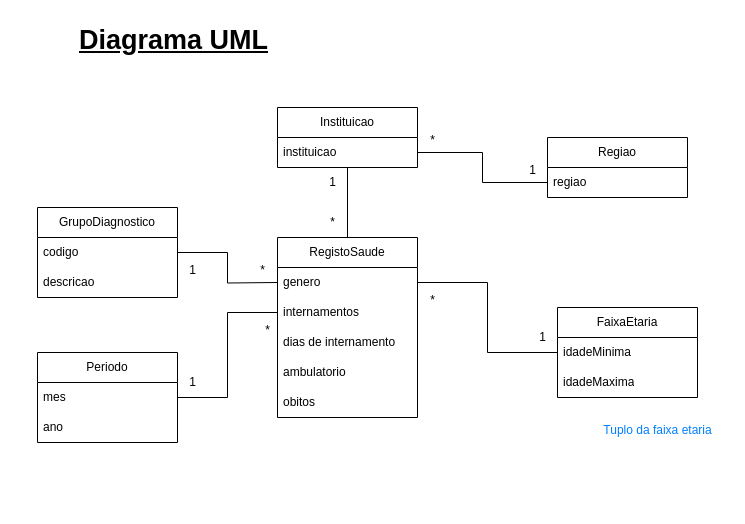
Denellyne/DBProject keeps this draw.io diagram as DiagramaUML.drawio. Above is the earlier version. Source tidied: cells renumbered, new cells numbered last; positions are measured from the earlier drawing's top-left corner, leaving out a move shared by most shapes. Both pictures are drawn from the tidied source at 100%, with x=0, y=0 at pixel (37, 17).
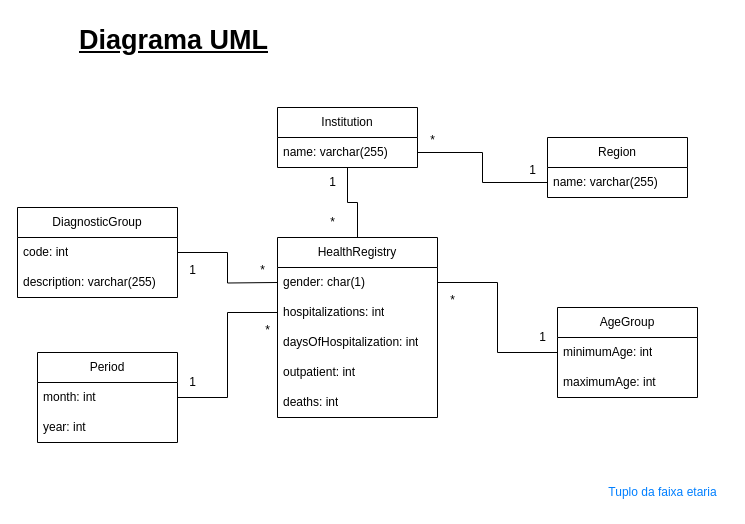
The same diagram, later.

What changed in the source:
```diff
@@
-    <mxCell id="3" value="Instituicao" style="swimlane;fontStyle=0;horizontal=1;startSize=30;whiteSpace=wrap;html=1;" parent="1" vertex="1">
+    <mxCell id="3" value="Institution" style="swimlane;fontStyle=0;horizontal=1;startSize=30;whiteSpace=wrap;html=1;" parent="1" vertex="1">
       <mxGeometry x="240" y="90" width="140" height="60" as="geometry" />
     </mxCell>
-    <mxCell id="4" value="instituicao" style="text;strokeColor=none;fillColor=none;align=left;verticalAlign=middle;spacingLeft=4;spacingRight=4;overflow=hidden;points=[[0,0.5],[1,0.5]];portConstraint=eastwest;whiteSpace=wrap;html=1;" parent="3" vertex="1">
+    <mxCell id="4" value="name: varchar(255)" style="text;strokeColor=none;fillColor=none;align=left;verticalAlign=middle;spacingLeft=4;spacingRight=4;overflow=hidden;points=[[0,0.5],[1,0.5]];portConstraint=eastwest;whiteSpace=wrap;html=1;" parent="3" vertex="1">
       <mxGeometry y="30" width="140" height="30" as="geometry" />
     </mxCell>
-    <mxCell id="5" value="Regiao" style="swimlane;fontStyle=0;horizontal=1;startSize=30;whiteSpace=wrap;html=1;" parent="1" vertex="1">
+    <mxCell id="5" value="Region" style="swimlane;fontStyle=0;horizontal=1;startSize=30;whiteSpace=wrap;html=1;" parent="1" vertex="1">
       <mxGeometry x="510" y="120" width="140" height="60" as="geometry" />
     </mxCell>
-    <mxCell id="6" value="regiao" style="text;strokeColor=none;fillColor=none;align=left;verticalAlign=middle;spacingLeft=4;spacingRight=4;overflow=hidden;points=[[0,0.5],[1,0.5]];portConstraint=eastwest;whiteSpace=wrap;html=1;" parent="5" vertex="1">
+    <mxCell id="6" value="name: varchar(255)" style="text;strokeColor=none;fillColor=none;align=left;verticalAlign=middle;spacingLeft=4;spacingRight=4;overflow=hidden;points=[[0,0.5],[1,0.5]];portConstraint=eastwest;whiteSpace=wrap;html=1;" parent="5" vertex="1">
       <mxGeometry y="30" width="140" height="30" as="geometry" />
     </mxCell>
-    <mxCell id="7" value="FaixaEtaria" style="swimlane;fontStyle=0;horizontal=1;startSize=30;whiteSpace=wrap;html=1;" parent="1" vertex="1">
+    <mxCell id="7" value="AgeGroup" style="swimlane;fontStyle=0;horizontal=1;startSize=30;whiteSpace=wrap;html=1;" parent="1" vertex="1">
       <mxGeometry x="520" y="290" width="140" height="90" as="geometry" />
     </mxCell>
-    <mxCell id="8" value="idadeMinima" style="text;strokeColor=none;fillColor=none;align=left;verticalAlign=middle;spacingLeft=4;spacingRight=4;overflow=hidden;points=[[0,0.5],[1,0.5]];portConstraint=eastwest;whiteSpace=wrap;html=1;" parent="7" vertex="1">
+    <mxCell id="8" value="minimumAge: int" style="text;strokeColor=none;fillColor=none;align=left;verticalAlign=middle;spacingLeft=4;spacingRight=4;overflow=hidden;points=[[0,0.5],[1,0.5]];portConstraint=eastwest;whiteSpace=wrap;html=1;" parent="7" vertex="1">
       <mxGeometry y="30" width="140" height="30" as="geometry" />
     </mxCell>
-    <mxCell id="9" value="idadeMaxima" style="text;strokeColor=none;fillColor=none;align=left;verticalAlign=middle;spacingLeft=4;spacingRight=4;overflow=hidden;whiteSpace=wrap;html=1;" parent="7" vertex="1">
+    <mxCell id="9" value="maximumAge: int" style="text;strokeColor=none;fillColor=none;align=left;verticalAlign=middle;spacingLeft=4;spacingRight=4;overflow=hidden;whiteSpace=wrap;html=1;" parent="7" vertex="1">
       <mxGeometry y="60" width="140" height="30" as="geometry" />
     </mxCell>
@@
-    <mxCell id="11" value="GrupoDiagnostico" style="swimlane;fontStyle=0;horizontal=1;startSize=30;whiteSpace=wrap;html=1;" parent="1" vertex="1">
-      <mxGeometry y="190" width="140" height="90" as="geometry" />
+    <mxCell id="11" value="DiagnosticGroup" style="swimlane;fontStyle=0;horizontal=1;startSize=30;whiteSpace=wrap;html=1;" parent="1" vertex="1">
+      <mxGeometry x="-20" y="190" width="160" height="90" as="geometry" />
     </mxCell>
-    <mxCell id="12" value="codigo" style="text;strokeColor=none;fillColor=none;align=left;verticalAlign=middle;spacingLeft=4;spacingRight=4;overflow=hidden;whiteSpace=wrap;html=1;" parent="11" vertex="1">
-      <mxGeometry y="30" width="140" height="30" as="geometry" />
+    <mxCell id="12" value="code: int" style="text;strokeColor=none;fillColor=none;align=left;verticalAlign=middle;spacingLeft=4;spacingRight=4;overflow=hidden;whiteSpace=wrap;html=1;" parent="11" vertex="1">
+      <mxGeometry y="30" width="160" height="30" as="geometry" />
     </mxCell>
-    <mxCell id="13" value="descricao" style="text;strokeColor=none;fillColor=none;align=left;verticalAlign=middle;spacingLeft=4;spacingRight=4;overflow=hidden;whiteSpace=wrap;html=1;" parent="11" vertex="1">
-      <mxGeometry y="60" width="140" height="30" as="geometry" />
+    <mxCell id="13" value="description: varchar(255)" style="text;strokeColor=none;fillColor=none;align=left;verticalAlign=middle;spacingLeft=4;spacingRight=4;overflow=hidden;whiteSpace=wrap;html=1;" parent="11" vertex="1">
+      <mxGeometry y="60" width="160" height="30" as="geometry" />
     </mxCell>
-    <mxCell id="14" value="RegistoSaude" style="swimlane;fontStyle=0;horizontal=1;startSize=30;whiteSpace=wrap;html=1;" parent="1" vertex="1">
-      <mxGeometry x="240" y="220" width="140" height="180" as="geometry" />
+    <mxCell id="14" value="HealthRegistry" style="swimlane;fontStyle=0;horizontal=1;startSize=30;whiteSpace=wrap;html=1;" parent="1" vertex="1">
+      <mxGeometry x="240" y="220" width="160" height="180" as="geometry" />
     </mxCell>
-    <mxCell id="15" value="genero" style="text;strokeColor=none;fillColor=none;align=left;verticalAlign=middle;spacingLeft=4;spacingRight=4;overflow=hidden;points=[[0,0.5],[1,0.5]];portConstraint=eastwest;whiteSpace=wrap;html=1;" parent="14" vertex="1">
-      <mxGeometry y="30" width="140" height="30" as="geometry" />
+    <mxCell id="15" value="gender: char(1)" style="text;strokeColor=none;fillColor=none;align=left;verticalAlign=middle;spacingLeft=4;spacingRight=4;overflow=hidden;points=[[0,0.5],[1,0.5]];portConstraint=eastwest;whiteSpace=wrap;html=1;" parent="14" vertex="1">
+      <mxGeometry y="30" width="160" height="30" as="geometry" />
     </mxCell>
-    <mxCell id="16" value="internamentos" style="text;strokeColor=none;fillColor=none;align=left;verticalAlign=middle;spacingLeft=4;spacingRight=4;overflow=hidden;points=[[0,0.5],[1,0.5]];portConstraint=eastwest;whiteSpace=wrap;html=1;" parent="14" vertex="1">
-      <mxGeometry y="60" width="140" height="30" as="geometry" />
+    <mxCell id="16" value="hospitalizations: int" style="text;strokeColor=none;fillColor=none;align=left;verticalAlign=middle;spacingLeft=4;spacingRight=4;overflow=hidden;points=[[0,0.5],[1,0.5]];portConstraint=eastwest;whiteSpace=wrap;html=1;" parent="14" vertex="1">
+      <mxGeometry y="60" width="160" height="30" as="geometry" />
     </mxCell>
-    <mxCell id="17" value="dias de internamento" style="text;strokeColor=none;fillColor=none;align=left;verticalAlign=middle;spacingLeft=4;spacingRight=4;overflow=hidden;whiteSpace=wrap;html=1;" parent="14" vertex="1">
-      <mxGeometry y="90" width="140" height="30" as="geometry" />
+    <mxCell id="17" value="daysOfHospitalization: int" style="text;strokeColor=none;fillColor=none;align=left;verticalAlign=middle;spacingLeft=4;spacingRight=4;overflow=hidden;whiteSpace=wrap;html=1;" parent="14" vertex="1">
+      <mxGeometry y="90" width="160" height="30" as="geometry" />
     </mxCell>
-    <mxCell id="18" value="ambulatorio" style="text;strokeColor=none;fillColor=none;align=left;verticalAlign=middle;spacingLeft=4;spacingRight=4;overflow=hidden;whiteSpace=wrap;html=1;" parent="14" vertex="1">
-      <mxGeometry y="120" width="140" height="30" as="geometry" />
+    <mxCell id="18" value="outpatient: int" style="text;strokeColor=none;fillColor=none;align=left;verticalAlign=middle;spacingLeft=4;spacingRight=4;overflow=hidden;whiteSpace=wrap;html=1;" parent="14" vertex="1">
+      <mxGeometry y="120" width="160" height="30" as="geometry" />
     </mxCell>
-    <mxCell id="19" value="obitos" style="text;strokeColor=none;fillColor=none;align=left;verticalAlign=middle;spacingLeft=4;spacingRight=4;overflow=hidden;whiteSpace=wrap;html=1;" parent="14" vertex="1">
-      <mxGeometry y="150" width="140" height="30" as="geometry" />
+    <mxCell id="19" value="deaths: int" style="text;strokeColor=none;fillColor=none;align=left;verticalAlign=middle;spacingLeft=4;spacingRight=4;overflow=hidden;whiteSpace=wrap;html=1;" parent="14" vertex="1">
+      <mxGeometry y="150" width="160" height="30" as="geometry" />
     </mxCell>
@@
     <mxCell id="26" value="*" style="text;html=1;align=center;verticalAlign=middle;strokeColor=none;fillColor=none;" parent="1" vertex="1">
-      <mxGeometry x="380" y="268" width="30" height="30" as="geometry" />
+      <mxGeometry x="400" y="268" width="30" height="30" as="geometry" />
     </mxCell>
@@
     <mxCell id="31" value="&lt;font color=&quot;#007fff&quot;&gt;Tuplo da faixa etaria&lt;/font&gt;" style="text;html=1;align=center;verticalAlign=middle;strokeColor=none;fillColor=none;" parent="1" vertex="1">
-      <mxGeometry x="555" y="398" width="130" height="30" as="geometry" />
+      <mxGeometry x="560" y="460" width="130" height="30" as="geometry" />
     </mxCell>
-    <mxCell id="32" value="Periodo" style="swimlane;fontStyle=0;horizontal=1;startSize=30;whiteSpace=wrap;html=1;" parent="1" vertex="1">
+    <mxCell id="32" value="Period" style="swimlane;fontStyle=0;horizontal=1;startSize=30;whiteSpace=wrap;html=1;" parent="1" vertex="1">
       <mxGeometry y="335" width="140" height="90" as="geometry" />
     </mxCell>
-    <mxCell id="33" value="mes" style="text;strokeColor=none;fillColor=none;align=left;verticalAlign=middle;spacingLeft=4;spacingRight=4;overflow=hidden;points=[[0,0.5],[1,0.5]];portConstraint=eastwest;whiteSpace=wrap;html=1;" parent="32" vertex="1">
+    <mxCell id="33" value="month: int" style="text;strokeColor=none;fillColor=none;align=left;verticalAlign=middle;spacingLeft=4;spacingRight=4;overflow=hidden;points=[[0,0.5],[1,0.5]];portConstraint=eastwest;whiteSpace=wrap;html=1;" parent="32" vertex="1">
       <mxGeometry y="30" width="140" height="30" as="geometry" />
     </mxCell>
-    <mxCell id="34" value="ano" style="text;strokeColor=none;fillColor=none;align=left;verticalAlign=middle;spacingLeft=4;spacingRight=4;overflow=hidden;whiteSpace=wrap;html=1;" parent="32" vertex="1">
+    <mxCell id="34" value="year: int" style="text;strokeColor=none;fillColor=none;align=left;verticalAlign=middle;spacingLeft=4;spacingRight=4;overflow=hidden;whiteSpace=wrap;html=1;" parent="32" vertex="1">
       <mxGeometry y="60" width="140" height="30" as="geometry" />
     </mxCell>
```
